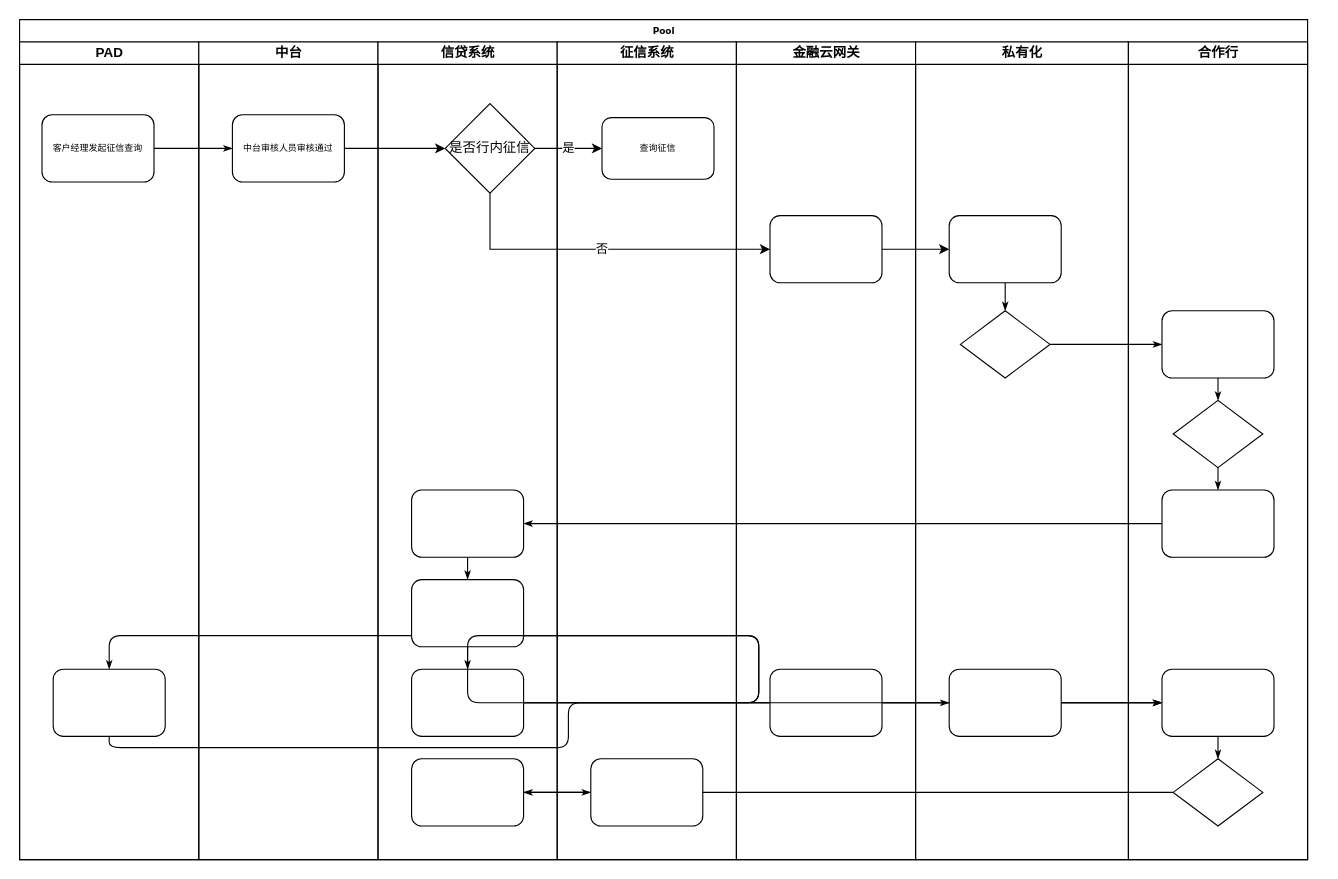
15238822001/xyjf keeps this draw.io diagram as Untitled Diagram.drawio. Above is the earlier version. Source tidied: cells renumbered, new cells numbered last; positions are measured from the earlier drawing's top-left corner, leaving out a move shared by most shapes. Both pictures are drawn from the tidied source at 112%, with x=0, y=0 at pixel (19, 19).
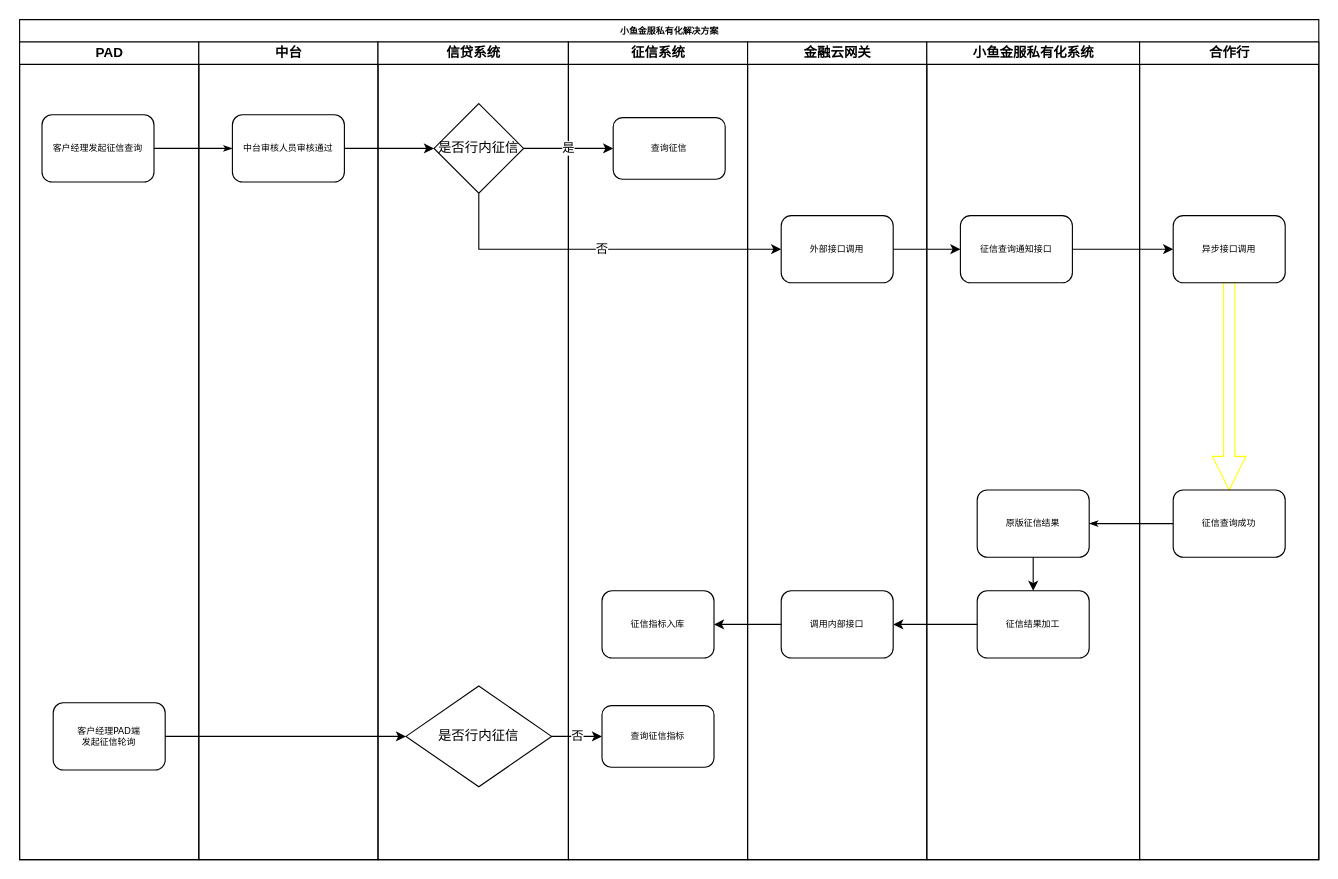
The same page after the edit.

The change refers to these unchanged cells:
```xml
<mxCell id="3" value="PAD" style="swimlane;html=1;startSize=20;" parent="2" vertex="1">
  <mxGeometry y="20" width="160" height="730" as="geometry" />
</mxCell>
```

Change to the diagram source:
```diff
@@
-    <mxCell id="2" value="Pool" style="swimlane;html=1;startSize=20;rounded=0;shadow=0;labelBackgroundColor=none;strokeWidth=1;fontFamily=Verdana;fontSize=8;align=center;" parent="1" vertex="1">
-      <mxGeometry width="1150" height="750" as="geometry" />
+    <mxCell id="2" value="小鱼金服私有化解决方案" style="swimlane;html=1;startSize=20;rounded=0;shadow=0;labelBackgroundColor=none;strokeWidth=1;fontFamily=Verdana;fontSize=8;align=center;" parent="1" vertex="1">
+      <mxGeometry width="1160" height="750" as="geometry" />
     </mxCell>
@@
-    <mxCell id="5" style="rounded=1;whiteSpace=wrap;html=1;shadow=0;labelBackgroundColor=none;strokeWidth=1;fontFamily=Verdana;fontSize=8;align=center;" parent="3" vertex="1">
-      <mxGeometry x="30" y="560" width="100" height="60" as="geometry" />
-    </mxCell>
+    <mxCell id="50" value="客户经理PAD端&lt;br&gt;发起征信轮询" style="rounded=1;whiteSpace=wrap;html=1;shadow=0;labelBackgroundColor=none;strokeWidth=1;fontFamily=Verdana;fontSize=8;align=center;" parent="3" vertex="1">
+      <mxGeometry x="30" y="590" width="100" height="60" as="geometry" />
+    </mxCell>
@@
-    <mxCell id="7" style="edgeStyle=orthogonalEdgeStyle;rounded=1;html=1;labelBackgroundColor=none;startArrow=none;startFill=0;startSize=5;endArrow=classicThin;endFill=1;endSize=5;jettySize=auto;strokeWidth=1;fontFamily=Verdana;fontSize=8;" parent="2" edge="1" source="42" target="19">
-      <mxGeometry relative="1" as="geometry" />
-    </mxCell>
@@
-    <mxCell id="9" style="edgeStyle=orthogonalEdgeStyle;rounded=1;html=1;labelBackgroundColor=none;startArrow=none;startFill=0;startSize=5;endArrow=classicThin;endFill=1;endSize=5;jettySize=auto;strokeColor=#000000;strokeWidth=1;fontFamily=Verdana;fontSize=8;fontColor=#000000;" parent="2" edge="1" source="18" target="41">
-      <mxGeometry relative="1" as="geometry" />
-    </mxCell>
-    <mxCell id="10" style="edgeStyle=orthogonalEdgeStyle;rounded=1;html=1;labelBackgroundColor=none;startArrow=none;startFill=0;startSize=5;endArrow=classicThin;endFill=1;endSize=5;jettySize=auto;strokeWidth=1;fontFamily=Verdana;fontSize=8;" parent="2" edge="1" source="18" target="5">
-      <mxGeometry relative="1" as="geometry">
-        <Array as="points">
-          <mxPoint x="660" y="610" />
-          <mxPoint x="660" y="550" />
-          <mxPoint x="80" y="550" />
-        </Array>
-      </mxGeometry>
-    </mxCell>
-    <mxCell id="11" style="edgeStyle=orthogonalEdgeStyle;rounded=1;html=1;labelBackgroundColor=none;startArrow=none;startFill=0;startSize=5;endArrow=classicThin;endFill=1;endSize=5;jettySize=auto;strokeWidth=1;fontFamily=Verdana;fontSize=8;" parent="2" edge="1" source="5" target="41">
-      <mxGeometry relative="1" as="geometry">
-        <Array as="points">
-          <mxPoint x="80" y="650" />
-          <mxPoint x="490" y="650" />
-          <mxPoint x="490" y="610" />
-        </Array>
-      </mxGeometry>
-    </mxCell>
@@
-    <mxCell id="14" style="edgeStyle=orthogonalEdgeStyle;rounded=1;html=1;labelBackgroundColor=none;startArrow=none;startFill=0;startSize=5;endArrow=classicThin;endFill=1;endSize=5;jettySize=auto;strokeWidth=1;fontFamily=Verdana;fontSize=8;" parent="2" edge="1" source="19" target="24">
-      <mxGeometry relative="1" as="geometry" />
-    </mxCell>
     <mxCell id="15" value="信贷系统" style="swimlane;html=1;startSize=20;" parent="2" vertex="1">
-      <mxGeometry x="320" y="20" width="160" height="730" as="geometry" />
+      <mxGeometry x="320" y="20" width="170" height="730" as="geometry" />
     </mxCell>
-    <mxCell id="16" style="rounded=1;whiteSpace=wrap;html=1;shadow=0;labelBackgroundColor=none;strokeWidth=1;fontFamily=Verdana;fontSize=8;align=center;" parent="15" vertex="1">
-      <mxGeometry x="30" y="400" width="100" height="60" as="geometry" />
-    </mxCell>
-    <mxCell id="17" style="rounded=1;whiteSpace=wrap;html=1;shadow=0;labelBackgroundColor=none;strokeWidth=1;fontFamily=Verdana;fontSize=8;align=center;" parent="15" vertex="1">
-      <mxGeometry x="30" y="480" width="100" height="60" as="geometry" />
-    </mxCell>
+    <mxCell id="22" value="是否行内征信" style="rhombus;whiteSpace=wrap;html=1;" parent="15" vertex="1">
+      <mxGeometry x="50" y="55" width="80" height="80" as="geometry" />
+    </mxCell>
+    <mxCell id="51" value="是否行内征信" style="rhombus;whiteSpace=wrap;html=1;" parent="15" vertex="1">
+      <mxGeometry x="25" y="575" width="130" height="90" as="geometry" />
+    </mxCell>
+    <mxCell id="23" value="征信系统" style="swimlane;html=1;startSize=20;" parent="2" vertex="1">
+      <mxGeometry x="490" y="20" width="160" height="730" as="geometry" />
+    </mxCell>
+    <mxCell id="25" value="查询征信" style="rounded=1;whiteSpace=wrap;html=1;shadow=0;labelBackgroundColor=none;strokeWidth=1;fontFamily=Verdana;fontSize=8;align=center;" parent="23" vertex="1">
+      <mxGeometry x="40" y="67.5" width="100" height="55" as="geometry" />
+    </mxCell>
-    <mxCell id="18" style="rounded=1;whiteSpace=wrap;html=1;shadow=0;labelBackgroundColor=none;strokeWidth=1;fontFamily=Verdana;fontSize=8;align=center;" parent="15" vertex="1">
-      <mxGeometry x="30" y="560" width="100" height="60" as="geometry" />
+    <mxCell id="18" value="征信指标入库" style="rounded=1;whiteSpace=wrap;html=1;shadow=0;labelBackgroundColor=none;strokeWidth=1;fontFamily=Verdana;fontSize=8;align=center;" parent="23" vertex="1">
+      <mxGeometry x="30" y="490" width="100" height="60" as="geometry" />
     </mxCell>
-    <mxCell id="19" style="rounded=1;whiteSpace=wrap;html=1;shadow=0;labelBackgroundColor=none;strokeWidth=1;fontFamily=Verdana;fontSize=8;align=center;" parent="15" vertex="1">
-      <mxGeometry x="30" y="640" width="100" height="60" as="geometry" />
-    </mxCell>
-    <mxCell id="20" style="edgeStyle=orthogonalEdgeStyle;rounded=1;html=1;labelBackgroundColor=none;startArrow=none;startFill=0;startSize=5;endArrow=classicThin;endFill=1;endSize=5;jettySize=auto;strokeWidth=1;fontFamily=Verdana;fontSize=8;" parent="15" edge="1" source="16" target="17">
-      <mxGeometry relative="1" as="geometry" />
-    </mxCell>
-    <mxCell id="21" style="edgeStyle=orthogonalEdgeStyle;rounded=1;html=1;labelBackgroundColor=none;startArrow=none;startFill=0;startSize=5;endArrow=classicThin;endFill=1;endSize=5;jettySize=auto;strokeWidth=1;fontFamily=Verdana;fontSize=8;" parent="15" edge="1" source="17" target="18">
-      <mxGeometry relative="1" as="geometry" />
-    </mxCell>
-    <mxCell id="22" value="是否行内征信" style="rhombus;whiteSpace=wrap;html=1;" parent="15" vertex="1">
-      <mxGeometry x="60" y="55" width="80" height="80" as="geometry" />
-    </mxCell>
-    <mxCell id="23" value="征信系统" style="swimlane;html=1;startSize=20;" parent="2" vertex="1">
-      <mxGeometry x="480" y="20" width="160" height="730" as="geometry" />
-    </mxCell>
-    <mxCell id="24" style="rounded=1;whiteSpace=wrap;html=1;shadow=0;labelBackgroundColor=none;strokeWidth=1;fontFamily=Verdana;fontSize=8;align=center;" parent="23" vertex="1">
-      <mxGeometry x="30" y="640" width="100" height="60" as="geometry" />
-    </mxCell>
-    <mxCell id="25" value="查询征信" style="rounded=1;whiteSpace=wrap;html=1;shadow=0;labelBackgroundColor=none;strokeWidth=1;fontFamily=Verdana;fontSize=8;align=center;" parent="23" vertex="1">
-      <mxGeometry x="40" y="67.5" width="100" height="55" as="geometry" />
-    </mxCell>
+    <mxCell id="52" value="查询征信指标" style="rounded=1;whiteSpace=wrap;html=1;shadow=0;labelBackgroundColor=none;strokeWidth=1;fontFamily=Verdana;fontSize=8;align=center;" parent="23" vertex="1">
+      <mxGeometry x="30" y="592.5" width="100" height="55" as="geometry" />
+    </mxCell>
     <mxCell id="26" value="金融云网关" style="swimlane;html=1;startSize=20;" parent="2" vertex="1">
-      <mxGeometry x="640" y="20" width="160" height="730" as="geometry" />
+      <mxGeometry x="650" y="20" width="160" height="730" as="geometry" />
     </mxCell>
-    <mxCell id="27" style="rounded=1;whiteSpace=wrap;html=1;shadow=0;labelBackgroundColor=none;strokeWidth=1;fontFamily=Verdana;fontSize=8;align=center;" parent="26" vertex="1">
+    <mxCell id="27" value="外部接口调用" style="rounded=1;whiteSpace=wrap;html=1;shadow=0;labelBackgroundColor=none;strokeWidth=1;fontFamily=Verdana;fontSize=8;align=center;" parent="26" vertex="1">
       <mxGeometry x="30" y="155" width="100" height="60" as="geometry" />
     </mxCell>
-    <mxCell id="28" style="rounded=1;whiteSpace=wrap;html=1;shadow=0;labelBackgroundColor=none;strokeWidth=1;fontFamily=Verdana;fontSize=8;align=center;" parent="26" vertex="1">
-      <mxGeometry x="30" y="560" width="100" height="60" as="geometry" />
-    </mxCell>
-    <mxCell id="29" style="edgeStyle=orthogonalEdgeStyle;rounded=1;html=1;labelBackgroundColor=none;startArrow=none;startFill=0;startSize=5;endArrow=classicThin;endFill=1;endSize=5;jettySize=auto;strokeWidth=1;fontFamily=Verdana;fontSize=8;" parent="2" edge="1" source="18" target="33">
-      <mxGeometry relative="1" as="geometry">
-        <Array as="points">
-          <mxPoint x="660" y="610" />
-          <mxPoint x="660" y="550" />
-          <mxPoint x="400" y="550" />
-        </Array>
-      </mxGeometry>
-    </mxCell>
+    <mxCell id="17" value="调用内部接口" style="rounded=1;whiteSpace=wrap;html=1;shadow=0;labelBackgroundColor=none;strokeWidth=1;fontFamily=Verdana;fontSize=8;align=center;" parent="26" vertex="1">
+      <mxGeometry x="30" y="490" width="100" height="60" as="geometry" />
+    </mxCell>
-    <mxCell id="30" value="私有化" style="swimlane;html=1;startSize=20;" parent="2" vertex="1">
-      <mxGeometry x="800" y="20" width="190" height="730" as="geometry" />
+    <mxCell id="30" value="小鱼金服私有化系统" style="swimlane;html=1;startSize=20;" parent="2" vertex="1">
+      <mxGeometry x="810" y="20" width="190" height="730" as="geometry" />
     </mxCell>
-    <mxCell id="31" style="rounded=1;whiteSpace=wrap;html=1;shadow=0;labelBackgroundColor=none;strokeWidth=1;fontFamily=Verdana;fontSize=8;align=center;" parent="30" vertex="1">
+    <mxCell id="31" value="征信查询通知接口" style="rounded=1;whiteSpace=wrap;html=1;shadow=0;labelBackgroundColor=none;strokeWidth=1;fontFamily=Verdana;fontSize=8;align=center;" parent="30" vertex="1">
       <mxGeometry x="30" y="155" width="100" height="60" as="geometry" />
     </mxCell>
-    <mxCell id="32" style="rhombus;whiteSpace=wrap;html=1;rounded=0;shadow=0;labelBackgroundColor=none;strokeWidth=1;fontFamily=Verdana;fontSize=8;align=center;" parent="30" vertex="1">
-      <mxGeometry x="40" y="240" width="80" height="60" as="geometry" />
-    </mxCell>
-    <mxCell id="33" style="rounded=1;whiteSpace=wrap;html=1;shadow=0;labelBackgroundColor=none;strokeWidth=1;fontFamily=Verdana;fontSize=8;align=center;" parent="30" vertex="1">
-      <mxGeometry x="30" y="560" width="100" height="60" as="geometry" />
-    </mxCell>
-    <mxCell id="34" style="edgeStyle=orthogonalEdgeStyle;rounded=1;html=1;labelBackgroundColor=none;startArrow=none;startFill=0;startSize=5;endArrow=classicThin;endFill=1;endSize=5;jettySize=auto;strokeWidth=1;fontFamily=Verdana;fontSize=8;" parent="30" edge="1" source="31" target="32">
-      <mxGeometry relative="1" as="geometry" />
-    </mxCell>
-    <mxCell id="35" style="edgeStyle=orthogonalEdgeStyle;rounded=1;html=1;labelBackgroundColor=none;startArrow=none;startFill=0;startSize=5;endArrow=classicThin;endFill=1;endSize=5;jettySize=auto;strokeWidth=1;fontFamily=Verdana;fontSize=8;" parent="2" edge="1" source="32" target="38">
-      <mxGeometry relative="1" as="geometry" />
-    </mxCell>
-    <mxCell id="36" style="edgeStyle=orthogonalEdgeStyle;rounded=1;html=1;labelBackgroundColor=none;startArrow=none;startFill=0;startSize=5;endArrow=classicThin;endFill=1;endSize=5;jettySize=auto;strokeWidth=1;fontFamily=Verdana;fontSize=8;" parent="2" edge="1" source="33" target="41">
-      <mxGeometry relative="1" as="geometry" />
-    </mxCell>
+    <mxCell id="53" style="edgeStyle=orthogonalEdgeStyle;rounded=0;jettySize=auto;html=1;exitX=0.5;exitY=1;exitDx=0;exitDy=0;entryX=0.5;entryY=0;entryDx=0;entryDy=0;" parent="30" edge="1" source="16" target="28">
+      <mxGeometry relative="1" as="geometry" />
+    </mxCell>
+    <mxCell id="16" value="原版征信结果" style="rounded=1;whiteSpace=wrap;html=1;shadow=0;labelBackgroundColor=none;strokeWidth=1;fontFamily=Verdana;fontSize=8;align=center;" parent="30" vertex="1">
+      <mxGeometry x="45" y="400" width="100" height="60" as="geometry" />
+    </mxCell>
+    <mxCell id="28" value="征信结果加工" style="rounded=1;whiteSpace=wrap;html=1;shadow=0;labelBackgroundColor=none;strokeWidth=1;fontFamily=Verdana;fontSize=8;align=center;" parent="30" vertex="1">
+      <mxGeometry x="45" y="490" width="100" height="60" as="geometry" />
+    </mxCell>
     <mxCell id="37" value="合作行" style="swimlane;html=1;startSize=20;" parent="2" vertex="1">
-      <mxGeometry x="990" y="20" width="160" height="730" as="geometry" />
+      <mxGeometry x="1000" y="20" width="160" height="730" as="geometry" />
     </mxCell>
+    <mxCell id="54" style="edgeStyle=elbowEdgeStyle;shape=arrow;rounded=0;jettySize=auto;html=1;strokeColor=#FFFF00;" parent="37" edge="1" source="38" target="40">
+      <mxGeometry relative="1" as="geometry" />
+    </mxCell>
-    <mxCell id="38" style="rounded=1;whiteSpace=wrap;html=1;shadow=0;labelBackgroundColor=none;strokeWidth=1;fontFamily=Verdana;fontSize=8;align=center;" parent="37" vertex="1">
-      <mxGeometry x="30" y="240" width="100" height="60" as="geometry" />
+    <mxCell id="38" value="异步接口调用" style="rounded=1;whiteSpace=wrap;html=1;shadow=0;labelBackgroundColor=none;strokeWidth=1;fontFamily=Verdana;fontSize=8;align=center;" parent="37" vertex="1">
+      <mxGeometry x="30" y="155" width="100" height="60" as="geometry" />
     </mxCell>
-    <mxCell id="39" style="rhombus;whiteSpace=wrap;html=1;rounded=0;shadow=0;labelBackgroundColor=none;strokeWidth=1;fontFamily=Verdana;fontSize=8;align=center;" parent="37" vertex="1">
-      <mxGeometry x="40" y="320" width="80" height="60" as="geometry" />
-    </mxCell>
-    <mxCell id="40" style="rounded=1;whiteSpace=wrap;html=1;shadow=0;labelBackgroundColor=none;strokeWidth=1;fontFamily=Verdana;fontSize=8;align=center;" parent="37" vertex="1">
+    <mxCell id="40" value="征信查询成功" style="rounded=1;whiteSpace=wrap;html=1;shadow=0;labelBackgroundColor=none;strokeWidth=1;fontFamily=Verdana;fontSize=8;align=center;" parent="37" vertex="1">
       <mxGeometry x="30" y="400" width="100" height="60" as="geometry" />
     </mxCell>
-    <mxCell id="41" style="rounded=1;whiteSpace=wrap;html=1;shadow=0;labelBackgroundColor=none;strokeWidth=1;fontFamily=Verdana;fontSize=8;align=center;" parent="37" vertex="1">
-      <mxGeometry x="30" y="560" width="100" height="60" as="geometry" />
-    </mxCell>
-    <mxCell id="42" style="rhombus;whiteSpace=wrap;html=1;rounded=0;shadow=0;labelBackgroundColor=none;strokeWidth=1;fontFamily=Verdana;fontSize=8;align=center;" parent="37" vertex="1">
-      <mxGeometry x="40" y="640" width="80" height="60" as="geometry" />
-    </mxCell>
-    <mxCell id="43" style="edgeStyle=orthogonalEdgeStyle;rounded=1;html=1;labelBackgroundColor=none;startArrow=none;startFill=0;startSize=5;endArrow=classicThin;endFill=1;endSize=5;jettySize=auto;strokeColor=#000000;strokeWidth=1;fontFamily=Verdana;fontSize=8;fontColor=#000000;" parent="37" edge="1" source="38" target="39">
-      <mxGeometry relative="1" as="geometry" />
-    </mxCell>
-    <mxCell id="44" style="edgeStyle=orthogonalEdgeStyle;rounded=1;html=1;labelBackgroundColor=none;startArrow=none;startFill=0;startSize=5;endArrow=classicThin;endFill=1;endSize=5;jettySize=auto;strokeWidth=1;fontFamily=Verdana;fontSize=8;" parent="37" edge="1" source="39" target="40">
-      <mxGeometry relative="1" as="geometry" />
-    </mxCell>
-    <mxCell id="45" style="edgeStyle=orthogonalEdgeStyle;rounded=1;html=1;labelBackgroundColor=none;startArrow=none;startFill=0;startSize=5;endArrow=classicThin;endFill=1;endSize=5;jettySize=auto;strokeWidth=1;fontFamily=Verdana;fontSize=8;" parent="37" edge="1" source="41" target="42">
-      <mxGeometry relative="1" as="geometry" />
-    </mxCell>
@@
+    <mxCell id="55" style="edgeStyle=orthogonalEdgeStyle;rounded=0;jettySize=auto;html=1;exitX=1;exitY=0.5;exitDx=0;exitDy=0;entryX=0;entryY=0.5;entryDx=0;entryDy=0;" parent="2" edge="1" source="31" target="38">
+      <mxGeometry relative="1" as="geometry" />
+    </mxCell>
+    <mxCell id="56" style="edgeStyle=orthogonalEdgeStyle;rounded=0;jettySize=auto;html=1;exitX=0;exitY=0.5;exitDx=0;exitDy=0;entryX=1;entryY=0.5;entryDx=0;entryDy=0;" parent="2" edge="1" source="28" target="17">
+      <mxGeometry relative="1" as="geometry" />
+    </mxCell>
+    <mxCell id="21" style="edgeStyle=orthogonalEdgeStyle;rounded=0;jettySize=auto;html=1;entryX=1;entryY=0.5;entryDx=0;entryDy=0;" parent="2" edge="1" source="17" target="18">
+      <mxGeometry relative="1" as="geometry" />
+    </mxCell>
+    <mxCell id="57" style="edgeStyle=orthogonalEdgeStyle;rounded=0;jettySize=auto;html=1;exitX=1;exitY=0.5;exitDx=0;exitDy=0;entryX=0;entryY=0.5;entryDx=0;entryDy=0;" parent="2" edge="1" source="50" target="51">
+      <mxGeometry relative="1" as="geometry" />
+    </mxCell>
+    <mxCell id="58" value="否" style="edgeStyle=orthogonalEdgeStyle;rounded=0;jettySize=auto;html=1;entryX=0;entryY=0.5;entryDx=0;entryDy=0;" parent="2" edge="1" source="51" target="52">
+      <mxGeometry relative="1" as="geometry" />
+    </mxCell>
```
